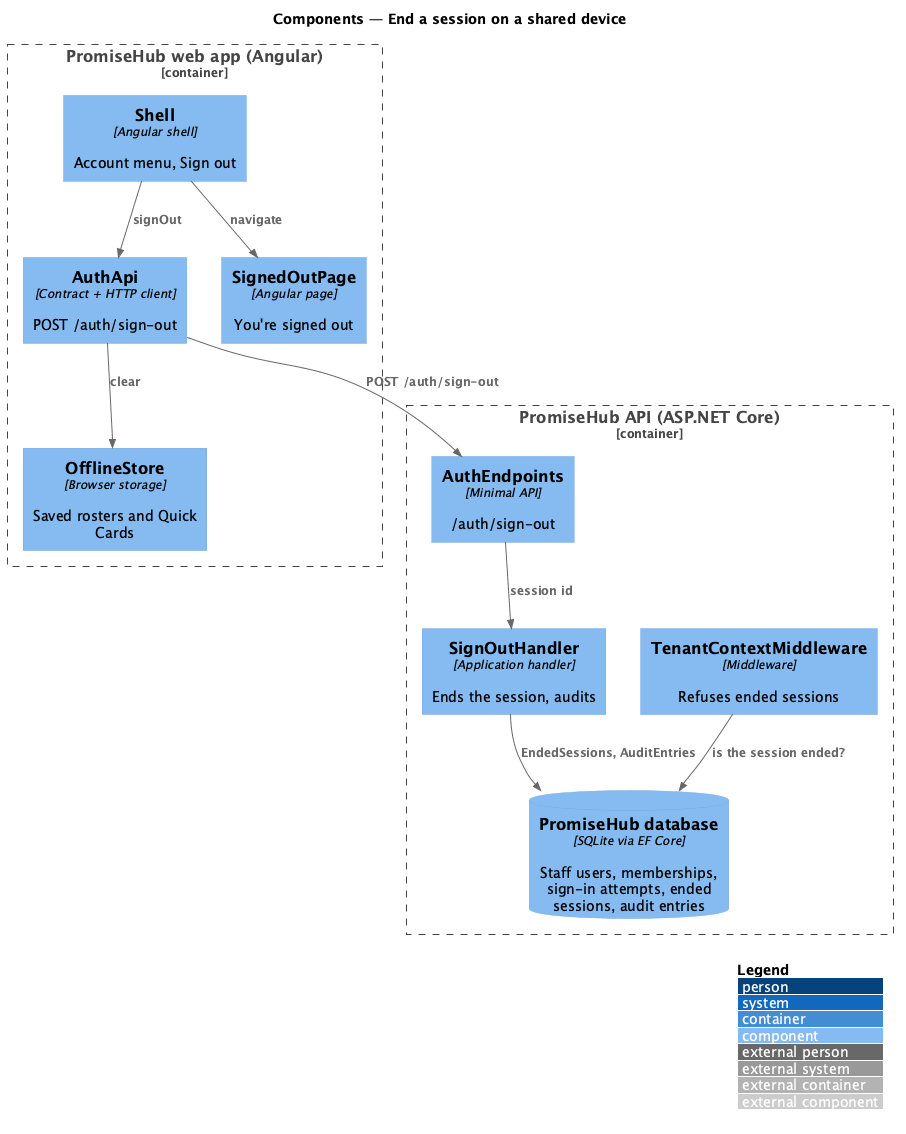
This is docs/detailed-designs/identity/end-user-session/diagrams/c4-component.png from QuinntyneBrown/promise-hub, a PlantUML export, as it was before one commit. Its diagram source:
```plantuml
@startuml
!include <C4/C4_Component>
LAYOUT_WITH_LEGEND()
title Components — End a session on a shared device
Container_Boundary(web, "PromiseHub web app (Angular)") {
  Component(shell, "Shell", "Angular shell", "Account menu, Sign out")
  Component(auth, "AuthApi", "Contract + HTTP client", "POST /auth/sign-out")
  Component(off, "OfflineStore", "Browser storage", "Saved rosters and Quick Cards")
  Component(done, "SignedOutPage", "Angular page", "You're signed out")
}
Container_Boundary(api, "PromiseHub API (ASP.NET Core)") {
  Component(ep, "AuthEndpoints", "Minimal API", "/auth/sign-out")
  Component(h, "SignOutHandler", "Application handler", "Ends the session, audits")
  Component(mw, "TenantContextMiddleware", "Middleware", "Refuses ended sessions")
  ComponentDb(db, "PromiseHub database", "SQLite via EF Core", "Staff users, memberships, sign-in attempts, ended sessions, audit entries")
}
Rel(shell, auth, "signOut")
Rel(auth, off, "clear")
Rel(shell, done, "navigate")
Rel(auth, ep, "POST /auth/sign-out")
Rel(ep, h, "session id")
Rel(h, db, "EndedSessions, AuditEntries")
Rel(mw, db, "is the session ended?")
@enduml
```
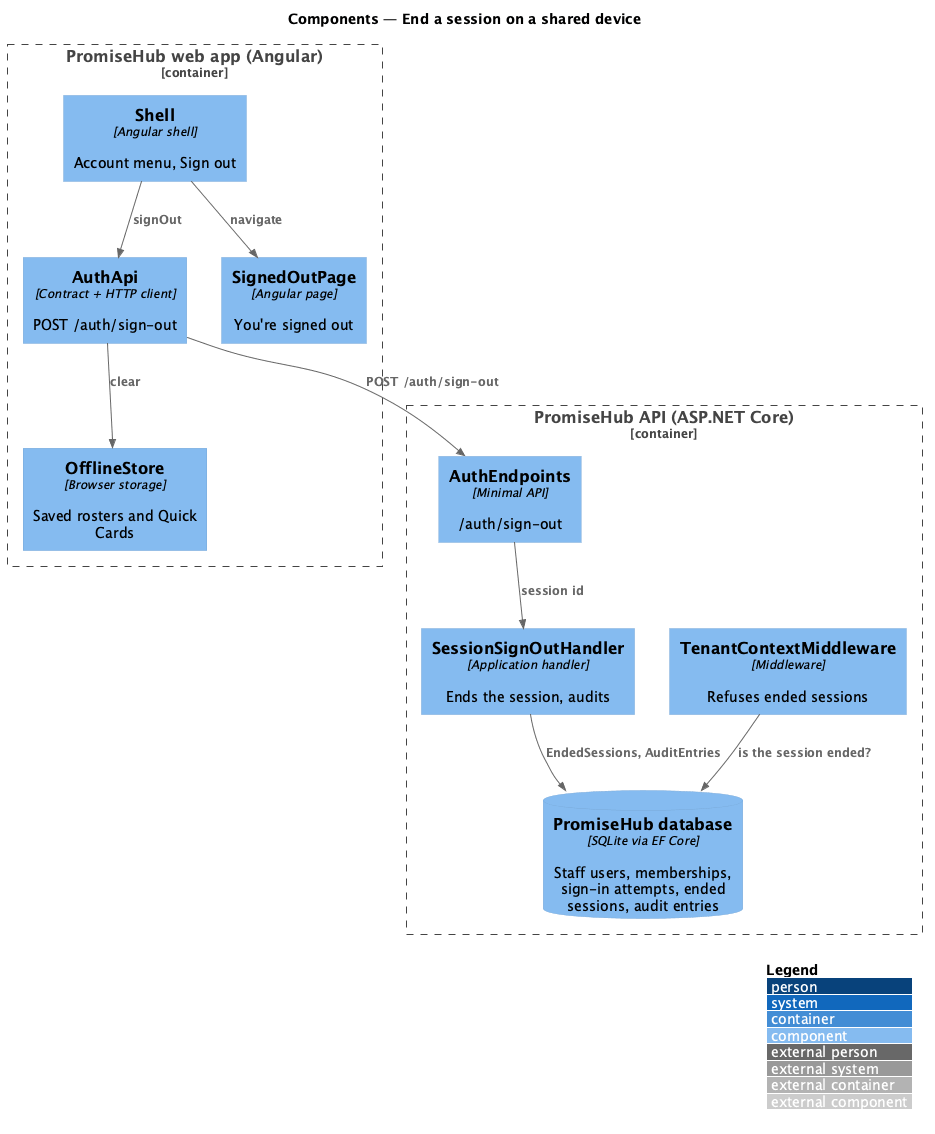
The same file after the commit.

Diff of the diagram source:
```diff
@@ -10,7 +10,7 @@
 }
 Container_Boundary(api, "PromiseHub API (ASP.NET Core)") {
   Component(ep, "AuthEndpoints", "Minimal API", "/auth/sign-out")
-  Component(h, "SignOutHandler", "Application handler", "Ends the session, audits")
+  Component(h, "SessionSignOutHandler", "Application handler", "Ends the session, audits")
   Component(mw, "TenantContextMiddleware", "Middleware", "Refuses ended sessions")
   ComponentDb(db, "PromiseHub database", "SQLite via EF Core", "Staff users, memberships, sign-in attempts, ended sessions, audit entries")
 }
```
